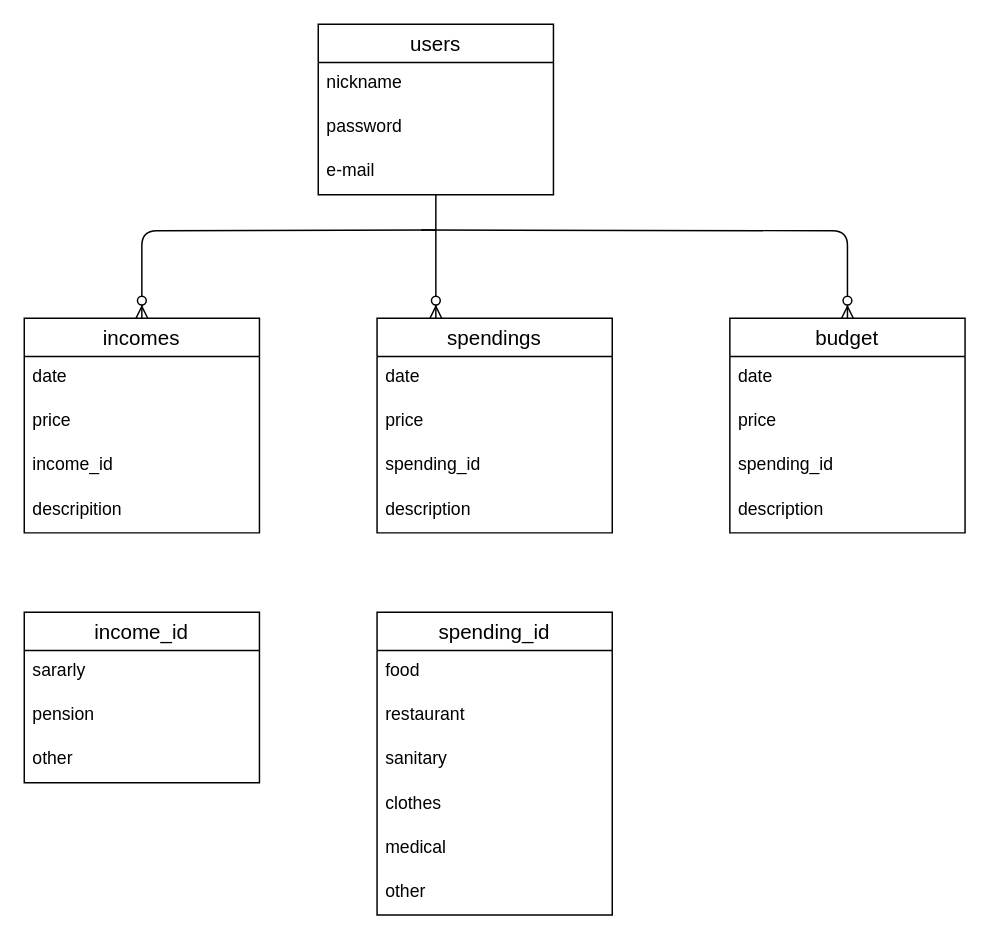
Earlier version of the draw.io diagram ER.dio (aiko38975/kakeibo). Source tidied: cells renumbered, new cells numbered last; positions are measured from the earlier drawing's top-left corner, leaving out a move shared by most shapes. Both pictures are drawn from the tidied source at 147%, with x=0, y=0 at pixel (24, 24).
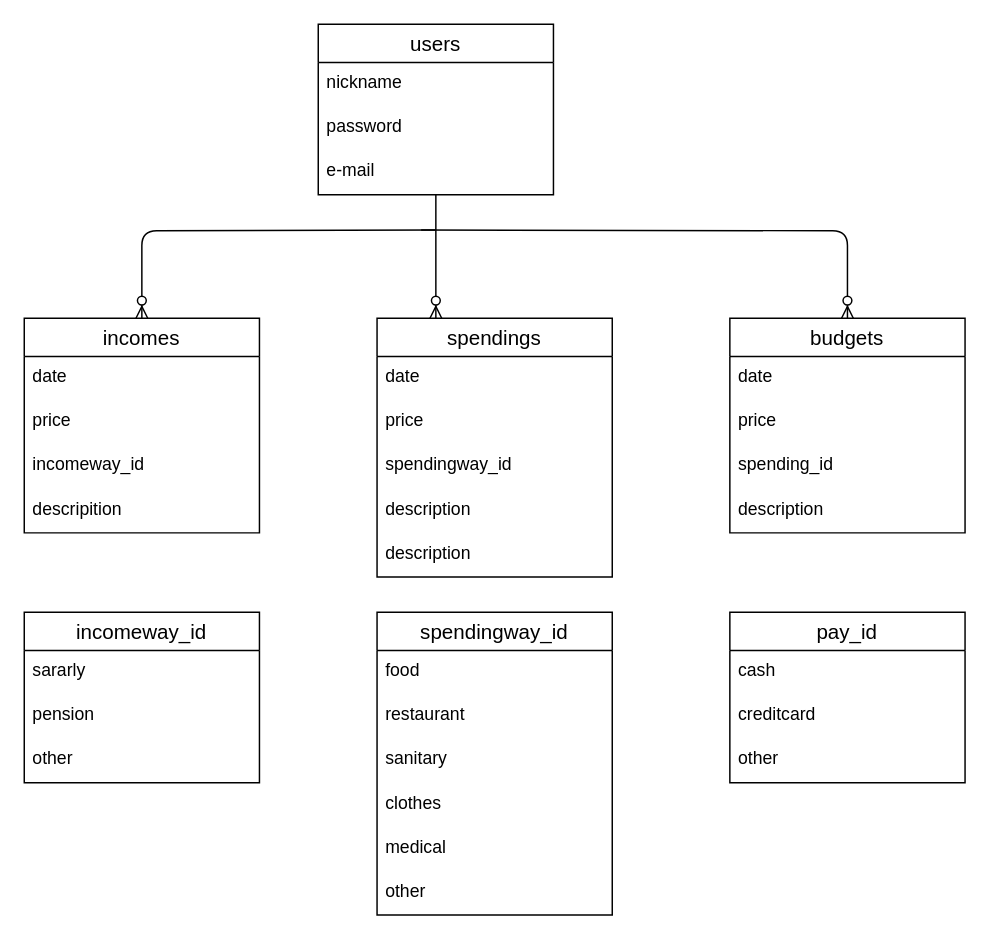
After the change.

Unchanged cells that the change refers to:
```xml
<mxCell id="6" value="incomes" style="swimlane;fontStyle=0;horizontal=1;startSize=26;align=center;fontSize=14;" parent="1" vertex="1">
  <mxGeometry y="200" width="160" height="146" as="geometry" />
</mxCell>
```

Change to the diagram source:
```diff
@@
-    <mxCell id="9" value="income_id" style="text;strokeColor=none;fillColor=none;spacingLeft=4;spacingRight=4;overflow=hidden;fontSize=12;" parent="6" vertex="1">
+    <mxCell id="9" value="incomeway_id" style="text;strokeColor=none;fillColor=none;spacingLeft=4;spacingRight=4;overflow=hidden;fontSize=12;" parent="6" vertex="1">
       <mxGeometry y="86" width="160" height="30" as="geometry" />
     </mxCell>
@@
     <mxCell id="11" value="spendings" style="swimlane;fontStyle=0;horizontal=1;startSize=26;align=center;fontSize=14;" parent="1" vertex="1">
-      <mxGeometry x="240" y="200" width="160" height="146" as="geometry" />
+      <mxGeometry x="240" y="200" width="160" height="176" as="geometry" />
     </mxCell>
@@
-    <mxCell id="14" value="spending_id" style="text;strokeColor=none;fillColor=none;spacingLeft=4;spacingRight=4;overflow=hidden;fontSize=12;" parent="11" vertex="1">
+    <mxCell id="14" value="spendingway_id" style="text;strokeColor=none;fillColor=none;spacingLeft=4;spacingRight=4;overflow=hidden;fontSize=12;" parent="11" vertex="1">
       <mxGeometry y="86" width="160" height="30" as="geometry" />
     </mxCell>
@@
+    <mxCell id="35" value="description" style="text;strokeColor=none;fillColor=none;spacingLeft=4;spacingRight=4;overflow=hidden;fontSize=12;" parent="11" vertex="1">
+      <mxGeometry y="146" width="160" height="30" as="geometry" />
+    </mxCell>
-    <mxCell id="16" value="income_id" style="swimlane;fontStyle=0;horizontal=1;startSize=26;align=center;fontSize=14;" parent="1" vertex="1">
+    <mxCell id="16" value="incomeway_id" style="swimlane;fontStyle=0;horizontal=1;startSize=26;align=center;fontSize=14;" parent="1" vertex="1">
       <mxGeometry y="400" width="160" height="116" as="geometry" />
     </mxCell>
@@
-    <mxCell id="20" value="spending_id" style="swimlane;fontStyle=0;horizontal=1;startSize=26;align=center;fontSize=14;" parent="1" vertex="1">
+    <mxCell id="20" value="spendingway_id" style="swimlane;fontStyle=0;horizontal=1;startSize=26;align=center;fontSize=14;" parent="1" vertex="1">
       <mxGeometry x="240" y="400" width="160" height="206" as="geometry" />
     </mxCell>
@@
-    <mxCell id="27" value="budget" style="swimlane;fontStyle=0;horizontal=1;startSize=26;align=center;fontSize=14;" parent="1" vertex="1">
+    <mxCell id="27" value="budgets" style="swimlane;fontStyle=0;horizontal=1;startSize=26;align=center;fontSize=14;" parent="1" vertex="1">
       <mxGeometry x="480" y="200" width="160" height="146" as="geometry" />
     </mxCell>
@@
+    <mxCell id="36" value="pay_id" style="swimlane;fontStyle=0;horizontal=1;startSize=26;align=center;fontSize=14;" parent="1" vertex="1">
+      <mxGeometry x="480" y="400" width="160" height="116" as="geometry" />
+    </mxCell>
+    <mxCell id="37" value="cash" style="text;strokeColor=none;fillColor=none;spacingLeft=4;spacingRight=4;overflow=hidden;fontSize=12;" parent="36" vertex="1">
+      <mxGeometry y="26" width="160" height="30" as="geometry" />
+    </mxCell>
+    <mxCell id="38" value="creditcard" style="text;strokeColor=none;fillColor=none;spacingLeft=4;spacingRight=4;overflow=hidden;fontSize=12;" parent="36" vertex="1">
+      <mxGeometry y="56" width="160" height="30" as="geometry" />
+    </mxCell>
+    <mxCell id="39" value="other" style="text;strokeColor=none;fillColor=none;spacingLeft=4;spacingRight=4;overflow=hidden;fontSize=12;" parent="36" vertex="1">
+      <mxGeometry y="86" width="160" height="30" as="geometry" />
+    </mxCell>
```
